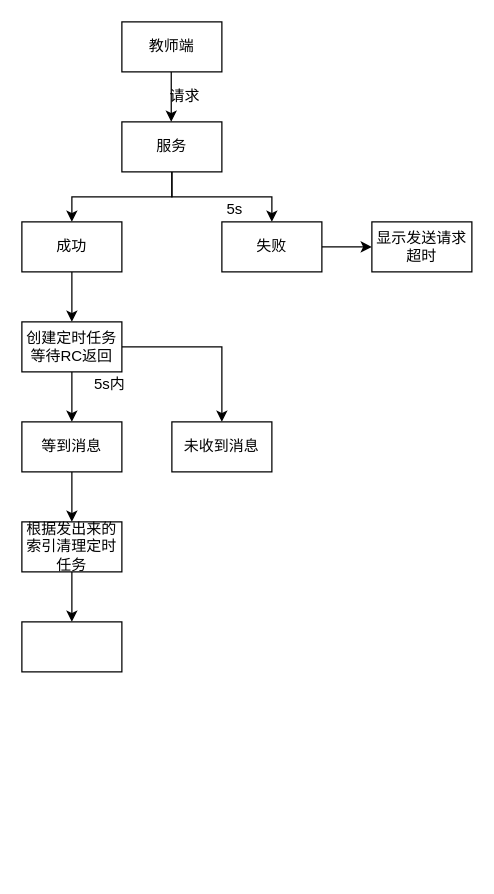
Above: Untitled Diagram.drawio in MutelyMilo/mind (draw.io), before the change. Source tidied: cells renumbered, new cells numbered last; positions are measured from the earlier drawing's top-left corner, leaving out a move shared by most shapes. Both pictures are drawn from the tidied source at 125%, with x=0, y=0 at pixel (21, 21).
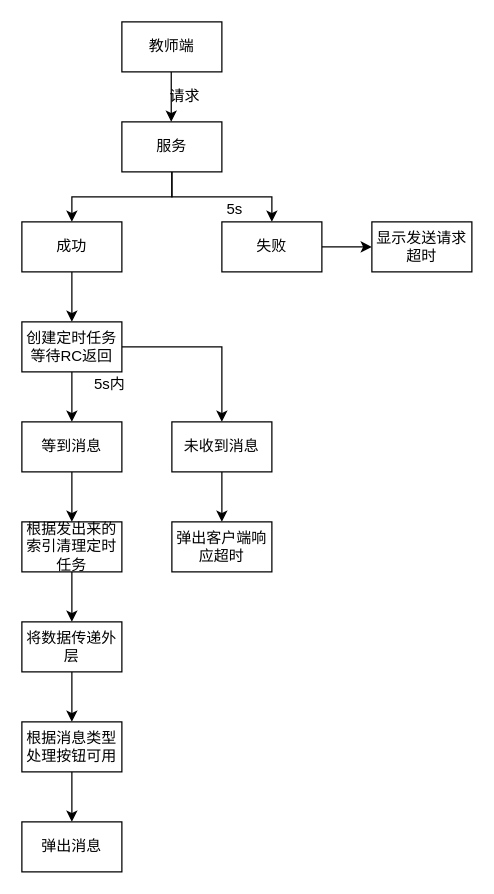
The same page after the edit.

The change refers to these unchanged cells:
```xml
<mxCell id="19" value="未收到消息" style="rounded=0;whiteSpace=wrap;html=1;" parent="1" vertex="1">
  <mxGeometry x="120" y="320" width="80" height="40" as="geometry" />
</mxCell>
```

The edit, as a diff of the source:
```diff
@@
+    <mxCell id="24" style="edgeStyle=orthogonalEdgeStyle;rounded=0;jettySize=auto;html=1;" parent="1" edge="1" source="19" target="29">
+      <mxGeometry relative="1" as="geometry" />
+    </mxCell>
@@
+    <mxCell id="25" style="edgeStyle=orthogonalEdgeStyle;rounded=0;jettySize=auto;html=1;entryX=0.5;entryY=0;entryDx=0;entryDy=0;" parent="1" edge="1" source="22" target="27">
+      <mxGeometry relative="1" as="geometry" />
+    </mxCell>
-    <mxCell id="22" style="rounded=0;whiteSpace=wrap;html=1;" parent="1" vertex="1">
+    <mxCell id="22" value="将数据传递外层" style="rounded=0;whiteSpace=wrap;html=1;" parent="1" vertex="1">
       <mxGeometry y="480" width="80" height="40" as="geometry" />
     </mxCell>
@@
+    <mxCell id="26" style="edgeStyle=orthogonalEdgeStyle;rounded=0;jettySize=auto;html=1;" parent="1" edge="1" source="27" target="28">
+      <mxGeometry relative="1" as="geometry" />
+    </mxCell>
+    <mxCell id="27" value="根据消息类型处理按钮可用" style="rounded=0;whiteSpace=wrap;html=1;" parent="1" vertex="1">
+      <mxGeometry y="560" width="80" height="40" as="geometry" />
+    </mxCell>
+    <mxCell id="28" value="弹出消息" style="rounded=0;whiteSpace=wrap;html=1;" parent="1" vertex="1">
+      <mxGeometry y="640" width="80" height="40" as="geometry" />
+    </mxCell>
+    <mxCell id="29" value="弹出客户端响应超时" style="rounded=0;whiteSpace=wrap;html=1;" parent="1" vertex="1">
+      <mxGeometry x="120" y="400" width="80" height="40" as="geometry" />
+    </mxCell>
```
